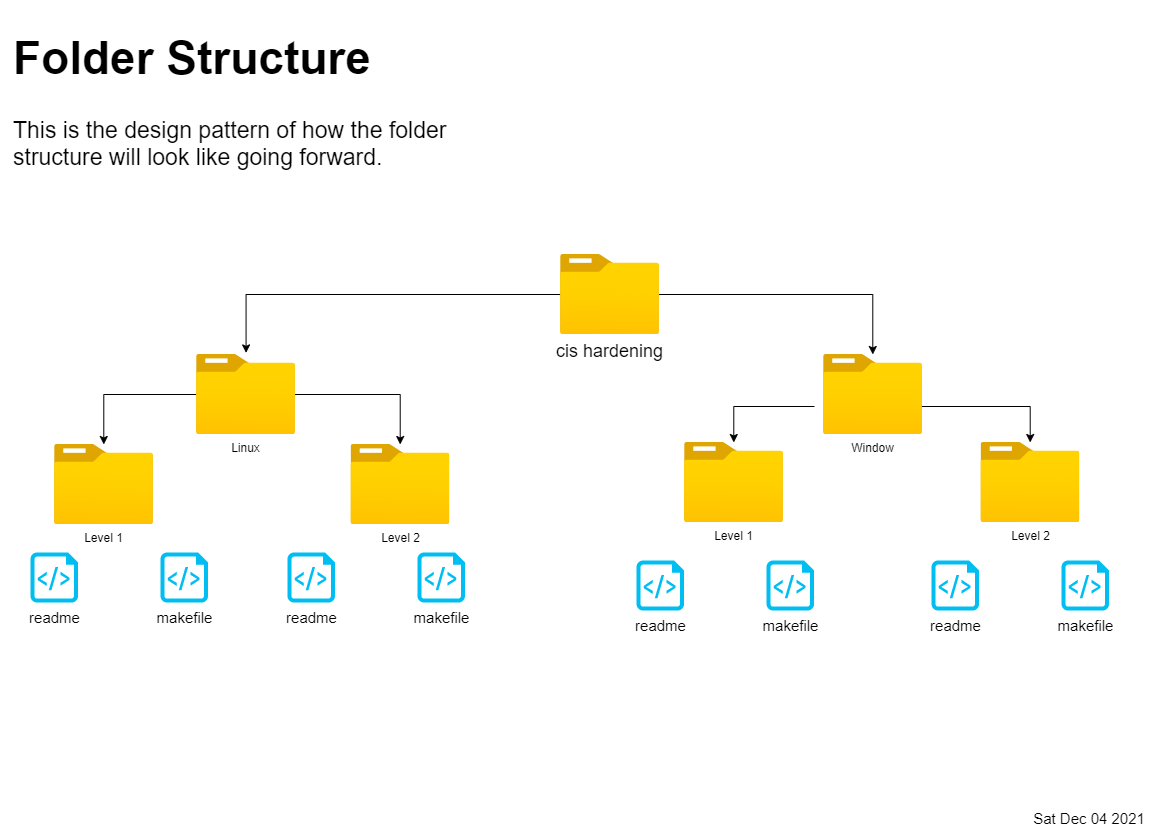
Before: cis hardening/.assets/Folder Structure.drawio.png, a diagram exported from draw.io (djdta/Service-Registry). Source tidied: cells renumbered, new cells last; positions are measured from the earlier drawing's top-left corner, leaving out a move shared by most shapes.
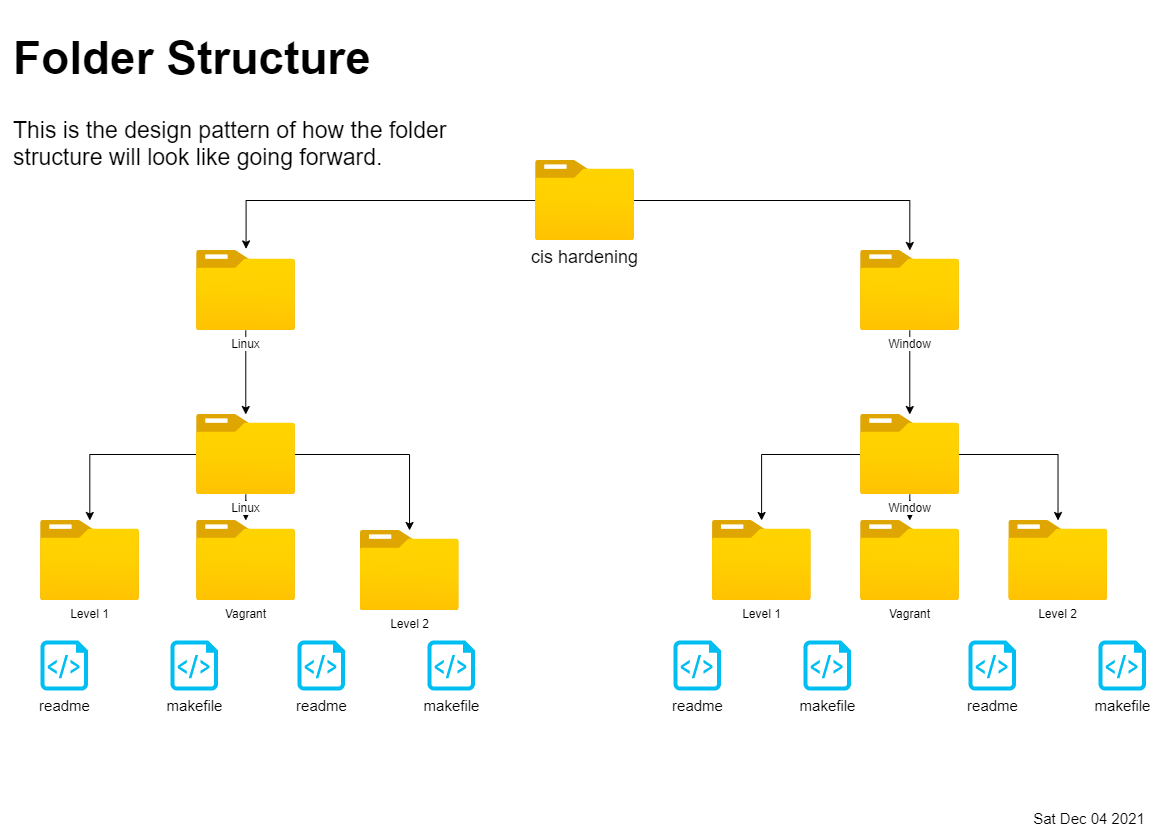
After the change.

Change to the diagram source:
```diff
@@ -12,70 +12,90 @@
       <mxGeometry relative="1" as="geometry" />
     </mxCell>
     <mxCell id="5" value="&lt;font style=&quot;font-size: 18px&quot;&gt;cis hardening&lt;/font&gt;" style="html=1;points=[];align=center;image;fontSize=12;image=img/lib/azure2/general/Folder_Blank.svg;" parent="1" vertex="1">
-      <mxGeometry x="552" y="244" width="98.6" height="80" as="geometry" />
+      <mxGeometry x="527" y="150" width="98.6" height="80" as="geometry" />
     </mxCell>
-    <mxCell id="6" style="edgeStyle=orthogonalEdgeStyle;rounded=0;jettySize=auto;html=1;fontSize=18;" parent="1" edge="1" source="8" target="9">
-      <mxGeometry relative="1" as="geometry" />
-    </mxCell>
-    <mxCell id="7" style="edgeStyle=orthogonalEdgeStyle;rounded=0;jettySize=auto;html=1;fontSize=18;" parent="1" edge="1" source="8" target="10">
-      <mxGeometry relative="1" as="geometry" />
-    </mxCell>
+    <mxCell id="25" style="edgeStyle=orthogonalEdgeStyle;rounded=0;jettySize=auto;html=1;fontSize=15;fontColor=default;" parent="1" edge="1" source="8" target="30">
+      <mxGeometry relative="1" as="geometry" />
+    </mxCell>
     <mxCell id="8" value="Linux" style="html=1;points=[];align=center;image;fontSize=12;image=img/lib/azure2/general/Folder_Blank.svg;strokeWidth=1;imageBorder=none;" parent="1" vertex="1">
-      <mxGeometry x="188" y="344" width="98.6" height="80" as="geometry" />
+      <mxGeometry x="188" y="240" width="98.6" height="80" as="geometry" />
     </mxCell>
     <mxCell id="9" value="Level 1" style="html=1;points=[];align=center;image;fontSize=12;image=img/lib/azure2/general/Folder_Blank.svg;strokeWidth=1;imageBorder=none;" parent="1" vertex="1">
-      <mxGeometry x="46" y="434" width="98.6" height="80" as="geometry" />
+      <mxGeometry x="32" y="510" width="98.6" height="80" as="geometry" />
     </mxCell>
     <mxCell id="10" value="Level 2" style="html=1;points=[];align=center;image;fontSize=12;image=img/lib/azure2/general/Folder_Blank.svg;strokeWidth=1;imageBorder=none;" parent="1" vertex="1">
-      <mxGeometry x="342.4" y="434" width="98.6" height="80" as="geometry" />
+      <mxGeometry x="351.7" y="520" width="98.6" height="80" as="geometry" />
     </mxCell>
-    <mxCell id="11" style="edgeStyle=orthogonalEdgeStyle;rounded=0;jettySize=auto;html=1;fontSize=18;" parent="1" edge="1" target="14">
-      <mxGeometry relative="1" as="geometry">
-        <mxPoint x="806" y="396" as="sourcePoint" />
-      </mxGeometry>
-    </mxCell>
-    <mxCell id="12" style="edgeStyle=orthogonalEdgeStyle;rounded=0;jettySize=auto;html=1;fontSize=18;" parent="1" edge="1" target="15">
-      <mxGeometry relative="1" as="geometry">
-        <mxPoint x="904.6" y="396" as="sourcePoint" />
-      </mxGeometry>
-    </mxCell>
+    <mxCell id="26" style="edgeStyle=orthogonalEdgeStyle;rounded=0;jettySize=auto;html=1;fontSize=15;fontColor=default;" parent="1" edge="1" source="13" target="34">
+      <mxGeometry relative="1" as="geometry" />
+    </mxCell>
     <mxCell id="13" value="Window" style="html=1;points=[];align=center;image;fontSize=12;image=img/lib/azure2/general/Folder_Blank.svg;strokeWidth=1;imageBorder=none;" parent="1" vertex="1">
-      <mxGeometry x="815" y="344" width="98.6" height="80" as="geometry" />
+      <mxGeometry x="852" y="240" width="98.6" height="80" as="geometry" />
     </mxCell>
     <mxCell id="14" value="Level 1" style="html=1;points=[];align=center;image;fontSize=12;image=img/lib/azure2/general/Folder_Blank.svg;strokeWidth=1;imageBorder=none;" parent="1" vertex="1">
-      <mxGeometry x="676" y="432" width="98.6" height="80" as="geometry" />
+      <mxGeometry x="703.8" y="510" width="98.6" height="80" as="geometry" />
     </mxCell>
     <mxCell id="15" value="Level 2" style="html=1;points=[];align=center;image;fontSize=12;image=img/lib/azure2/general/Folder_Blank.svg;strokeWidth=1;imageBorder=none;" parent="1" vertex="1">
-      <mxGeometry x="972.4" y="432" width="98.6" height="80" as="geometry" />
+      <mxGeometry x="1000.2" y="510" width="98.6" height="80" as="geometry" />
     </mxCell>
     <mxCell id="16" value="readme" style="verticalLabelPosition=bottom;html=1;verticalAlign=top;align=center;strokeColor=none;fillColor=#00BEF2;shape=mxgraph.azure.script_file;labelBackgroundColor=default;labelBorderColor=none;fontSize=15;fontColor=default;" parent="1" vertex="1">
-      <mxGeometry x="628" y="550" width="47.5" height="50" as="geometry" />
+      <mxGeometry x="665" y="630" width="47.5" height="50" as="geometry" />
     </mxCell>
     <mxCell id="17" value="makefile" style="verticalLabelPosition=bottom;html=1;verticalAlign=top;align=center;strokeColor=none;fillColor=#00BEF2;shape=mxgraph.azure.script_file;labelBackgroundColor=default;labelBorderColor=none;fontSize=15;fontColor=default;" parent="1" vertex="1">
-      <mxGeometry x="758" y="550" width="47.5" height="50" as="geometry" />
+      <mxGeometry x="795" y="630" width="47.5" height="50" as="geometry" />
     </mxCell>
     <mxCell id="18" value="readme" style="verticalLabelPosition=bottom;html=1;verticalAlign=top;align=center;strokeColor=none;fillColor=#00BEF2;shape=mxgraph.azure.script_file;labelBackgroundColor=default;labelBorderColor=none;fontSize=15;fontColor=default;" parent="1" vertex="1">
-      <mxGeometry x="923" y="550" width="47.5" height="50" as="geometry" />
+      <mxGeometry x="960" y="630" width="47.5" height="50" as="geometry" />
     </mxCell>
     <mxCell id="19" value="makefile" style="verticalLabelPosition=bottom;html=1;verticalAlign=top;align=center;strokeColor=none;fillColor=#00BEF2;shape=mxgraph.azure.script_file;labelBackgroundColor=default;labelBorderColor=none;fontSize=15;fontColor=default;" parent="1" vertex="1">
-      <mxGeometry x="1053" y="550" width="47.5" height="50" as="geometry" />
+      <mxGeometry x="1090" y="630" width="47.5" height="50" as="geometry" />
     </mxCell>
     <mxCell id="20" value="readme" style="verticalLabelPosition=bottom;html=1;verticalAlign=top;align=center;strokeColor=none;fillColor=#00BEF2;shape=mxgraph.azure.script_file;labelBackgroundColor=default;labelBorderColor=none;fontSize=15;fontColor=default;" parent="1" vertex="1">
-      <mxGeometry x="22" y="542" width="47.5" height="50" as="geometry" />
+      <mxGeometry x="32" y="630" width="47.5" height="50" as="geometry" />
     </mxCell>
     <mxCell id="21" value="makefile" style="verticalLabelPosition=bottom;html=1;verticalAlign=top;align=center;strokeColor=none;fillColor=#00BEF2;shape=mxgraph.azure.script_file;labelBackgroundColor=default;labelBorderColor=none;fontSize=15;fontColor=default;" parent="1" vertex="1">
-      <mxGeometry x="152" y="542" width="47.5" height="50" as="geometry" />
+      <mxGeometry x="162" y="630" width="47.5" height="50" as="geometry" />
     </mxCell>
     <mxCell id="22" value="readme" style="verticalLabelPosition=bottom;html=1;verticalAlign=top;align=center;strokeColor=none;fillColor=#00BEF2;shape=mxgraph.azure.script_file;labelBackgroundColor=default;labelBorderColor=none;fontSize=15;fontColor=default;" parent="1" vertex="1">
-      <mxGeometry x="279" y="542" width="47.5" height="50" as="geometry" />
+      <mxGeometry x="289" y="630" width="47.5" height="50" as="geometry" />
     </mxCell>
     <mxCell id="23" value="makefile" style="verticalLabelPosition=bottom;html=1;verticalAlign=top;align=center;strokeColor=none;fillColor=#00BEF2;shape=mxgraph.azure.script_file;labelBackgroundColor=default;labelBorderColor=none;fontSize=15;fontColor=default;" parent="1" vertex="1">
-      <mxGeometry x="409" y="542" width="47.5" height="50" as="geometry" />
+      <mxGeometry x="419" y="630" width="47.5" height="50" as="geometry" />
     </mxCell>
     <object id="24" label="%date{ddd mmm dd yyyy HH:MM:ss}%" placeholders="1">
       <mxCell style="text;html=1;strokeColor=none;fillColor=none;align=center;verticalAlign=middle;whiteSpace=wrap;overflow=hidden;labelBackgroundColor=default;labelBorderColor=none;fontSize=15;fontColor=default;" parent="1" vertex="1">
         <mxGeometry x="1001" y="797" width="160" height="20" as="geometry" />
       </mxCell>
     </object>
+    <mxCell id="27" style="edgeStyle=orthogonalEdgeStyle;rounded=0;jettySize=auto;html=1;fontSize=15;fontColor=default;" parent="1" edge="1" source="30" target="9">
+      <mxGeometry relative="1" as="geometry" />
+    </mxCell>
+    <mxCell id="28" style="edgeStyle=orthogonalEdgeStyle;rounded=0;jettySize=auto;html=1;fontSize=15;fontColor=default;" parent="1" edge="1" source="30" target="10">
+      <mxGeometry relative="1" as="geometry" />
+    </mxCell>
+    <mxCell id="29" style="edgeStyle=orthogonalEdgeStyle;rounded=0;jettySize=auto;html=1;fontSize=15;fontColor=default;" parent="1" edge="1" source="30" target="35">
+      <mxGeometry relative="1" as="geometry" />
+    </mxCell>
+    <mxCell id="30" value="Linux" style="html=1;points=[];align=center;image;fontSize=12;image=img/lib/azure2/general/Folder_Blank.svg;strokeWidth=1;imageBorder=none;" parent="1" vertex="1">
+      <mxGeometry x="188" y="404" width="98.6" height="80" as="geometry" />
+    </mxCell>
+    <mxCell id="31" style="edgeStyle=orthogonalEdgeStyle;rounded=0;jettySize=auto;html=1;fontSize=15;fontColor=default;" parent="1" edge="1" source="34" target="14">
+      <mxGeometry relative="1" as="geometry" />
+    </mxCell>
+    <mxCell id="32" style="edgeStyle=orthogonalEdgeStyle;rounded=0;jettySize=auto;html=1;fontSize=15;fontColor=default;" parent="1" edge="1" source="34" target="15">
+      <mxGeometry relative="1" as="geometry" />
+    </mxCell>
+    <mxCell id="33" style="edgeStyle=orthogonalEdgeStyle;rounded=0;jettySize=auto;html=1;fontSize=15;fontColor=default;" parent="1" edge="1" source="34" target="36">
+      <mxGeometry relative="1" as="geometry" />
+    </mxCell>
+    <mxCell id="34" value="Window" style="html=1;points=[];align=center;image;fontSize=12;image=img/lib/azure2/general/Folder_Blank.svg;strokeWidth=1;imageBorder=none;" parent="1" vertex="1">
+      <mxGeometry x="852" y="404" width="98.6" height="80" as="geometry" />
+    </mxCell>
+    <mxCell id="35" value="Vagrant" style="html=1;points=[];align=center;image;fontSize=12;image=img/lib/azure2/general/Folder_Blank.svg;strokeWidth=1;imageBorder=none;" parent="1" vertex="1">
+      <mxGeometry x="188" y="510" width="98.6" height="80" as="geometry" />
+    </mxCell>
+    <mxCell id="36" value="Vagrant" style="html=1;points=[];align=center;image;fontSize=12;image=img/lib/azure2/general/Folder_Blank.svg;strokeWidth=1;imageBorder=none;" parent="1" vertex="1">
+      <mxGeometry x="852" y="510" width="98.6" height="80" as="geometry" />
+    </mxCell>
   </root>
 </mxGraphModel>
```
